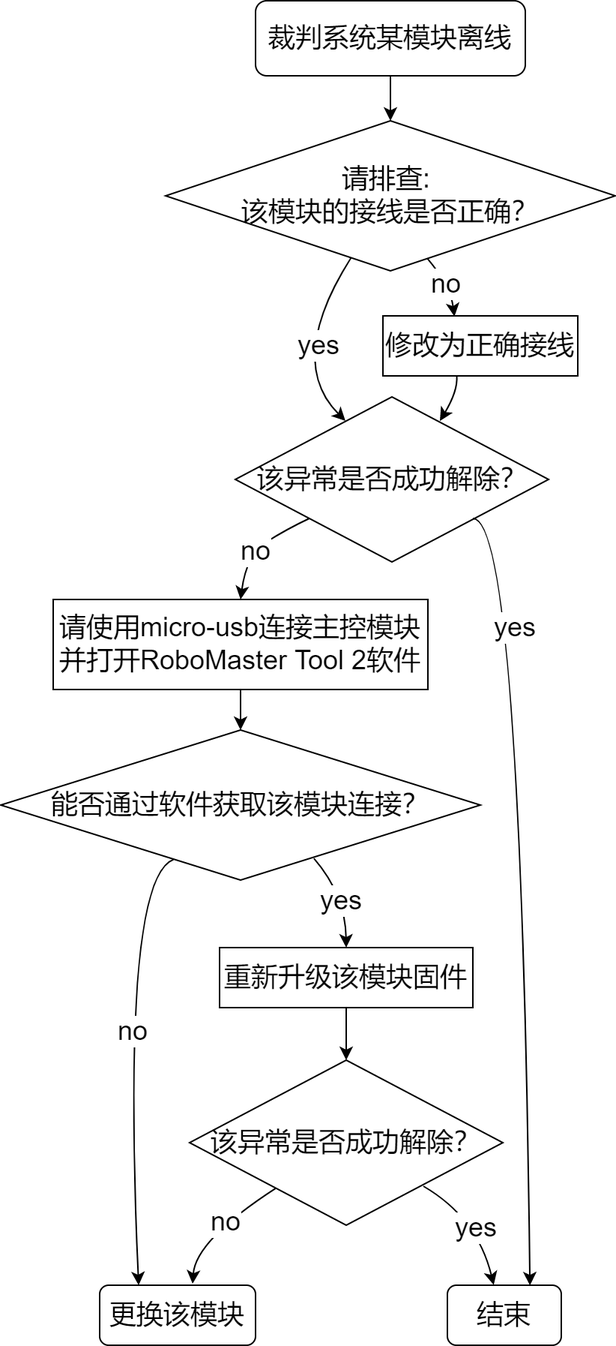
Above: docs/s1/A20.png in RoboMaster/RefereeSystem_Help (draw.io), before the change. Source tidied: cells renumbered, new cells last; positions are measured from the earlier drawing's top-left corner, leaving out a move shared by most shapes.
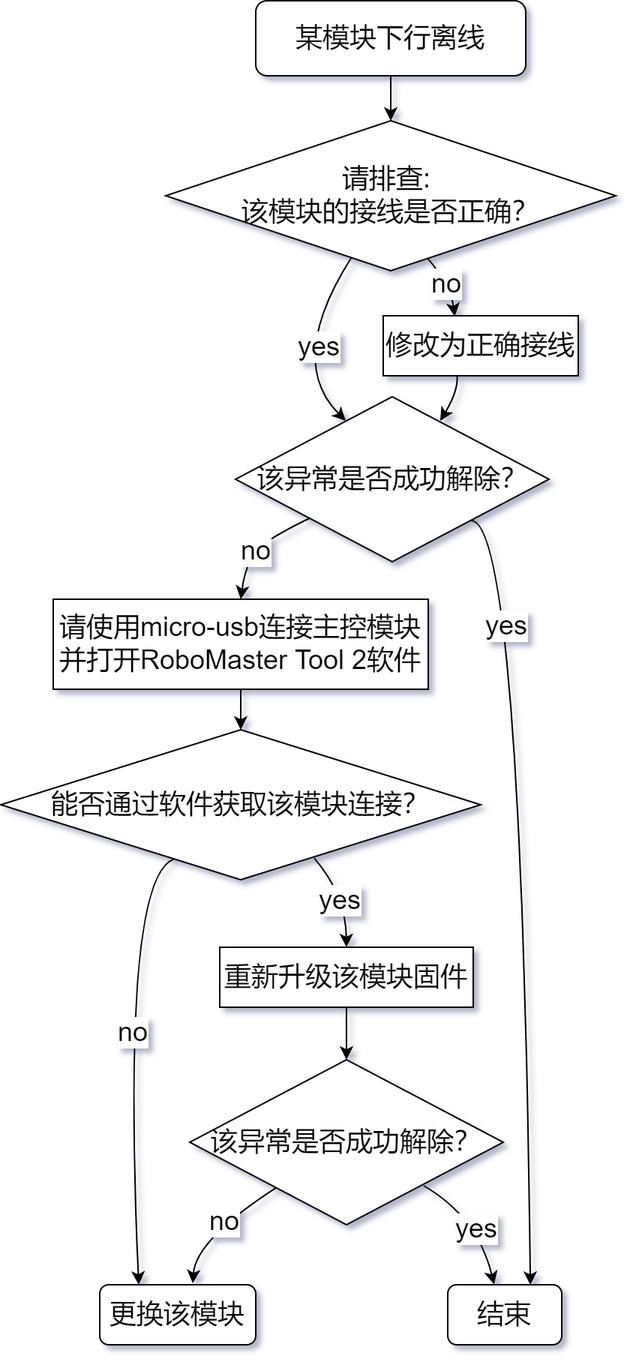
After the change.

Change to the diagram source:
```diff
@@ -5,7 +5,7 @@
     <mxCell id="2" style="edgeStyle=orthogonalEdgeStyle;rounded=0;jettySize=auto;html=1;entryX=0.5;entryY=0;entryDx=0;entryDy=0;fontSize=18;" parent="1" edge="1" source="3" target="4">
       <mxGeometry relative="1" as="geometry" />
     </mxCell>
-    <mxCell id="3" value="&lt;font style=&quot;font-size: 18px;&quot;&gt;裁判系统某模块离线&lt;/font&gt;" style="rounded=1;whiteSpace=wrap;html=1;" parent="1" vertex="1">
+    <mxCell id="3" value="&lt;font style=&quot;font-size: 18px;&quot;&gt;某模块下行离线&lt;/font&gt;" style="rounded=1;whiteSpace=wrap;html=1;" parent="1" vertex="1">
       <mxGeometry x="170" width="180" height="50" as="geometry" />
     </mxCell>
     <mxCell id="4" value="请排查:&amp;nbsp;&lt;br&gt;该模块的接线是否正确？" style="rhombus;whiteSpace=wrap;html=1;fontSize=18;" parent="1" vertex="1">
@@ -124,9 +124,8 @@
         <mxPoint y="3" as="offset" />
       </mxGeometry>
     </mxCell>
-    <mxCell id="28" style="curved=1;endArrow=classic;html=1;rounded=0;fontSize=18;exitX=0.653;exitY=0.856;exitDx=0;exitDy=0;exitPerimeter=0;entryX=0.725;entryY=0.003;entryDx=0;entryDy=0;entryPerimeter=0;" parent="1" edge="1" target="19">
+    <mxCell id="28" style="curved=1;endArrow=classic;html=1;rounded=0;fontSize=18;exitX=1;exitY=1;exitDx=0;exitDy=0;entryX=0.725;entryY=0.003;entryDx=0;entryDy=0;entryPerimeter=0;" parent="1" edge="1" source="25" target="19">
       <mxGeometry relative="1" as="geometry">
-        <mxPoint x="315" y="345" as="sourcePoint" />
         <Array as="points">
           <mxPoint x="347" y="345" />
         </Array>
@@ -134,7 +133,7 @@
     </mxCell>
     <mxCell id="29" value="yes" style="edgeLabel;html=1;align=center;verticalAlign=middle;fontSize=18;" parent="28" vertex="1">
       <mxGeometry x="0.19" y="-4" relative="1" as="geometry">
-        <mxPoint x="-4" y="-219" as="offset" />
+        <mxPoint x="-10" y="-219" as="offset" />
       </mxGeometry>
     </mxCell>
     <mxCell id="30" style="curved=1;endArrow=classic;html=1;rounded=0;fontSize=18;exitX=0.653;exitY=0.856;exitDx=0;exitDy=0;exitPerimeter=0;entryX=0.407;entryY=-0.004;entryDx=0;entryDy=0;entryPerimeter=0;" parent="1" edge="1" target="19">
```
